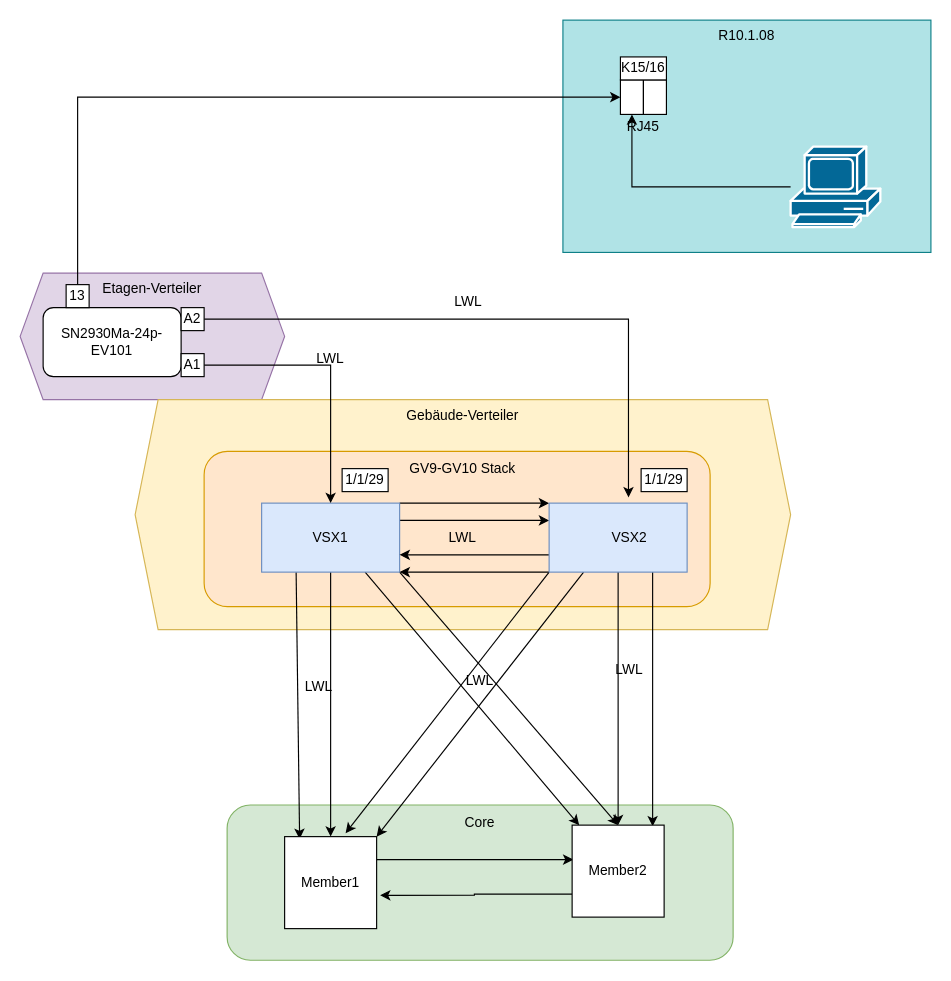
4za-IT-org/Issues keeps this draw.io diagram as Netzwerk-Infra.Dia.drawio.xml. Above is the earlier version. Source tidied: cells renumbered, new cells numbered last; positions are measured from the earlier drawing's top-left corner, leaving out a move shared by most shapes. Both pictures are drawn from the tidied source at 115%, with x=0, y=0 at pixel (20, 20).
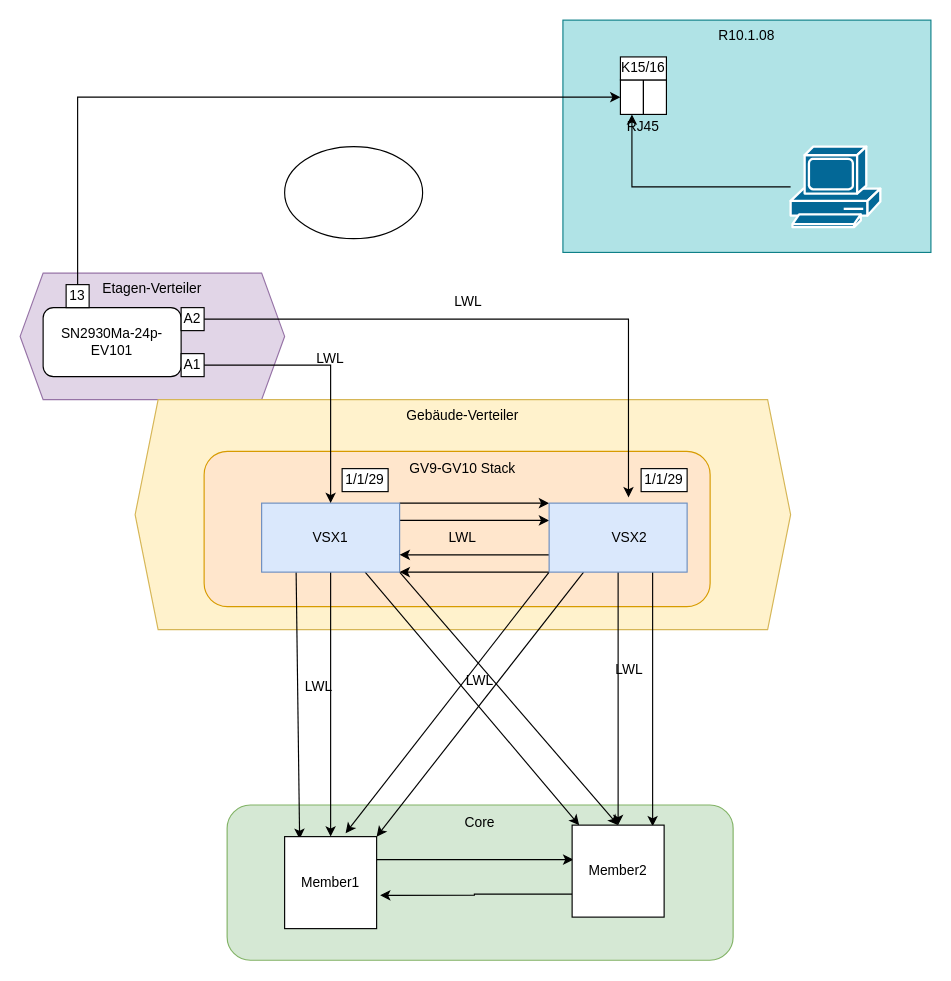
The same page after the edit.

Commit message:
kreis hinzugefügt

The edit, as a diff of the source:
```diff
@@
+    <mxCell id="51" style="ellipse;whiteSpace=wrap;html=1;" parent="1" vertex="1">
+      <mxGeometry x="230" y="110" width="120" height="80" as="geometry" />
+    </mxCell>
```
